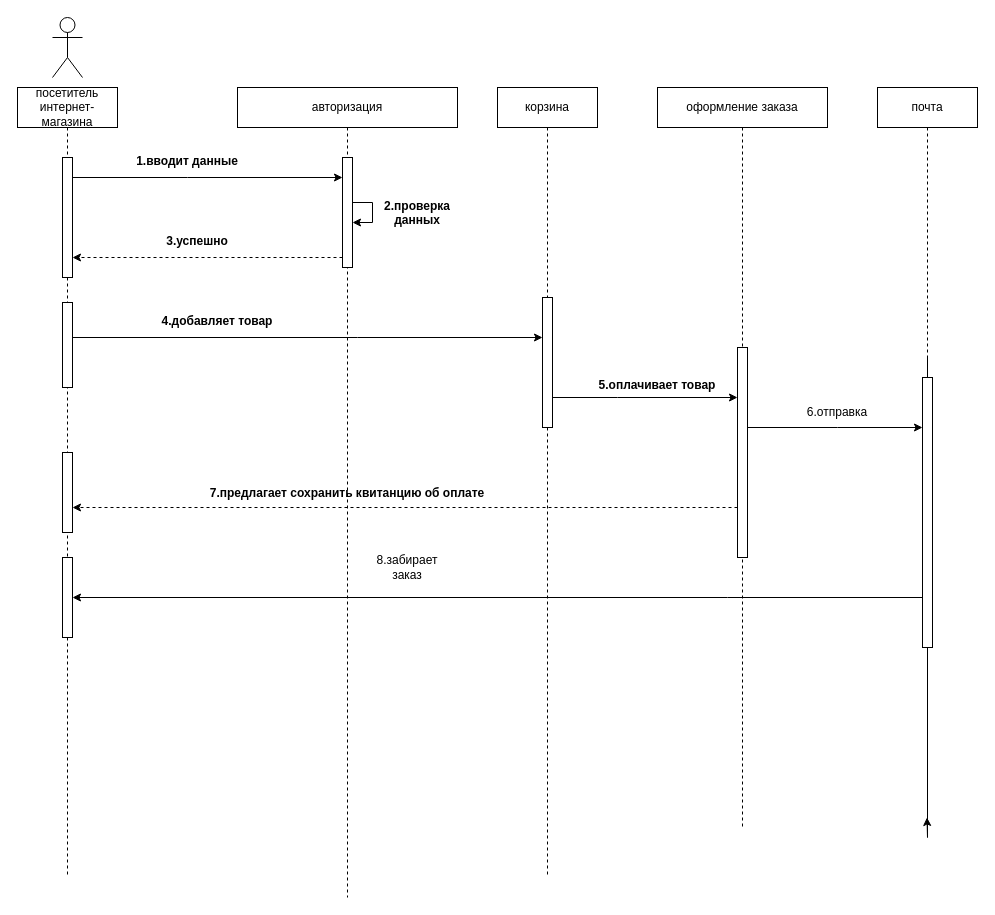
The draw.io diagram sequence_leb.drawio in ValeriaLebedeva/predmetnaya_obl_sequence_diagram, before the edit. Source tidied: cells renumbered, new cells numbered last; positions are measured from the earlier drawing's top-left corner, leaving out a move shared by most shapes. Both pictures are drawn from the tidied source at 100%, with x=0, y=0 at pixel (17, 17).
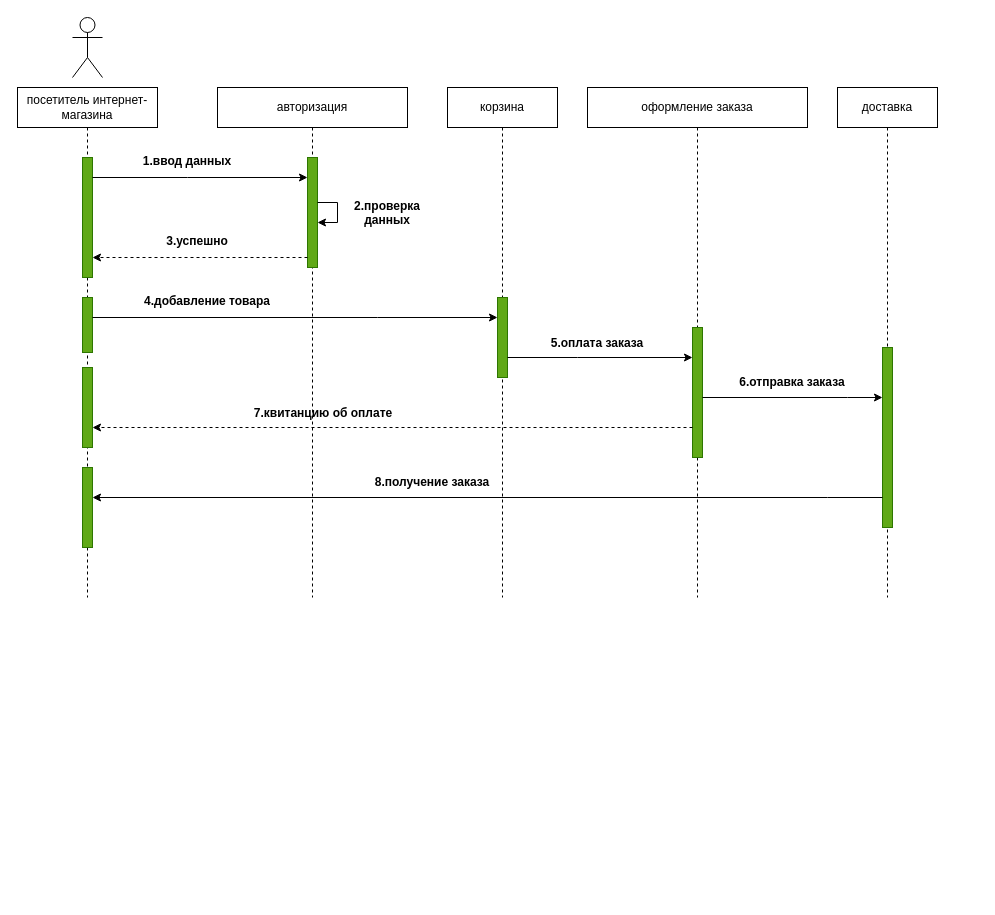
Above is the later version.

Diff of the diagram source:
```diff
@@
     <mxCell id="2" value="посетитель интернет-магазина" style="shape=umlLifeline;perimeter=lifelinePerimeter;whiteSpace=wrap;html=1;" parent="1" vertex="1">
-      <mxGeometry y="70" width="100" height="790" as="geometry" />
+      <mxGeometry y="70" width="140" height="510" as="geometry" />
     </mxCell>
-    <mxCell id="3" style="html=1;points=[];perimeter=orthogonalPerimeter;" parent="2" vertex="1">
-      <mxGeometry x="45" y="70" width="10" height="120" as="geometry" />
+    <mxCell id="3" style="html=1;points=[];perimeter=orthogonalPerimeter;fillColor=#60a917;strokeColor=#2D7600;fontColor=#ffffff;" parent="2" vertex="1">
+      <mxGeometry x="65" y="70" width="10" height="120" as="geometry" />
     </mxCell>
-    <mxCell id="4" style="html=1;points=[];perimeter=orthogonalPerimeter;" parent="2" vertex="1">
-      <mxGeometry x="45" y="365" width="10" height="80" as="geometry" />
+    <mxCell id="4" style="html=1;points=[];perimeter=orthogonalPerimeter;fillColor=#60a917;fontColor=#ffffff;strokeColor=#2D7600;" parent="2" vertex="1">
+      <mxGeometry x="65" y="280" width="10" height="80" as="geometry" />
     </mxCell>
-    <mxCell id="5" style="html=1;points=[];perimeter=orthogonalPerimeter;" parent="2" vertex="1">
-      <mxGeometry x="45" y="470" width="10" height="80" as="geometry" />
+    <mxCell id="5" style="html=1;points=[];perimeter=orthogonalPerimeter;fillColor=#60a917;fontColor=#ffffff;strokeColor=#2D7600;" parent="2" vertex="1">
+      <mxGeometry x="65" y="380" width="10" height="80" as="geometry" />
     </mxCell>
+    <mxCell id="24" style="html=1;points=[];perimeter=orthogonalPerimeter;fillColor=#60a917;fontColor=#ffffff;strokeColor=#2D7600;" parent="2" vertex="1">
+      <mxGeometry x="65" y="210" width="10" height="55" as="geometry" />
+    </mxCell>
     <mxCell id="6" style="shape=umlActor;verticalLabelPosition=bottom;verticalAlign=top;html=1;" parent="1" vertex="1">
-      <mxGeometry x="35" width="30" height="60" as="geometry" />
+      <mxGeometry x="55" width="30" height="60" as="geometry" />
     </mxCell>
     <mxCell id="7" value="авторизация" style="shape=umlLifeline;perimeter=lifelinePerimeter;whiteSpace=wrap;html=1;" parent="1" vertex="1">
-      <mxGeometry x="220" y="70" width="220" height="810" as="geometry" />
+      <mxGeometry x="200" y="70" width="190" height="510" as="geometry" />
     </mxCell>
-    <mxCell id="8" style="html=1;points=[];perimeter=orthogonalPerimeter;" parent="7" vertex="1">
-      <mxGeometry x="105" y="70" width="10" height="110" as="geometry" />
+    <mxCell id="8" style="html=1;points=[];perimeter=orthogonalPerimeter;fillColor=#60a917;fontColor=#ffffff;strokeColor=#2D7600;" parent="7" vertex="1">
+      <mxGeometry x="90" y="70" width="10" height="110" as="geometry" />
     </mxCell>
@@
-    <mxCell id="10" value="8.забирает заказ" style="text;html=1;strokeColor=none;fillColor=none;align=center;verticalAlign=middle;whiteSpace=wrap;rounded=0;" parent="7" vertex="1">
-      <mxGeometry x="140" y="465" width="60" height="30" as="geometry" />
-    </mxCell>
     <mxCell id="11" value="2.проверка &#10;данных" style="text;align=center;fontStyle=1;verticalAlign=middle;spacingLeft=3;spacingRight=3;strokeColor=none;" parent="7" vertex="1">
-      <mxGeometry x="140" y="112" width="80" height="26" as="geometry" />
+      <mxGeometry x="130" y="112" width="80" height="26" as="geometry" />
     </mxCell>
-    <mxCell id="12" value="7.предлагает сохранить квитанцию об оплате" style="text;align=center;fontStyle=1;verticalAlign=middle;spacingLeft=3;spacingRight=3;strokeColor=none;" parent="7" vertex="1">
-      <mxGeometry x="70" y="390" width="80" height="30" as="geometry" />
+    <mxCell id="12" value="7.квитанцию об оплате" style="text;align=center;fontStyle=1;verticalAlign=middle;spacingLeft=3;spacingRight=3;strokeColor=none;" parent="7" vertex="1">
+      <mxGeometry x="69" y="310" width="74" height="30" as="geometry" />
     </mxCell>
+    <mxCell id="17" value="4.добавление товара" style="text;align=center;fontStyle=1;verticalAlign=middle;spacingLeft=3;spacingRight=3;strokeColor=none;" parent="7" vertex="1">
+      <mxGeometry x="-50" y="200" width="80" height="26" as="geometry" />
+    </mxCell>
@@
     <mxCell id="14" value="корзина" style="shape=umlLifeline;perimeter=lifelinePerimeter;whiteSpace=wrap;html=1;" parent="1" vertex="1">
-      <mxGeometry x="480" y="70" width="100" height="790" as="geometry" />
+      <mxGeometry x="430" y="70" width="110" height="510" as="geometry" />
     </mxCell>
-    <mxCell id="15" style="html=1;points=[];perimeter=orthogonalPerimeter;" parent="14" vertex="1">
-      <mxGeometry x="45" y="210" width="10" height="130" as="geometry" />
+    <mxCell id="15" style="html=1;points=[];perimeter=orthogonalPerimeter;fillColor=#60a917;fontColor=#ffffff;strokeColor=#2D7600;" parent="14" vertex="1">
+      <mxGeometry x="50" y="210" width="10" height="80" as="geometry" />
     </mxCell>
     <mxCell id="16" style="edgeStyle=orthogonalEdgeStyle;rounded=0;jettySize=auto;html=1;startArrow=none;" parent="1" edge="1" source="24" target="15">
       <mxGeometry relative="1" as="geometry">
         <Array as="points">
-          <mxPoint x="340" y="320" />
-          <mxPoint x="340" y="320" />
+          <mxPoint x="360" y="300" />
+          <mxPoint x="360" y="300" />
         </Array>
       </mxGeometry>
     </mxCell>
-    <mxCell id="17" value="4.добавляет товар" style="text;align=center;fontStyle=1;verticalAlign=middle;spacingLeft=3;spacingRight=3;strokeColor=none;" parent="1" vertex="1">
-      <mxGeometry x="160" y="290" width="80" height="26" as="geometry" />
-    </mxCell>
     <mxCell id="18" value="оформление заказа" style="shape=umlLifeline;perimeter=lifelinePerimeter;whiteSpace=wrap;html=1;" parent="1" vertex="1">
-      <mxGeometry x="640" y="70" width="170" height="740" as="geometry" />
+      <mxGeometry x="570" y="70" width="220" height="510" as="geometry" />
     </mxCell>
-    <mxCell id="19" style="html=1;points=[];perimeter=orthogonalPerimeter;" parent="18" vertex="1">
-      <mxGeometry x="80" y="260" width="10" height="210" as="geometry" />
+    <mxCell id="19" style="html=1;points=[];perimeter=orthogonalPerimeter;fillColor=#60a917;fontColor=#ffffff;strokeColor=#2D7600;" parent="18" vertex="1">
+      <mxGeometry x="105" y="240" width="10" height="130" as="geometry" />
     </mxCell>
-    <mxCell id="20" value="5.оплачивает товар" style="text;align=center;fontStyle=1;verticalAlign=middle;spacingLeft=3;spacingRight=3;strokeColor=none;" parent="18" vertex="1">
-      <mxGeometry x="-40" y="284" width="80" height="26" as="geometry" />
-    </mxCell>
+    <mxCell id="32" value="6.отправка заказа" style="text;html=1;strokeColor=none;fillColor=none;align=center;verticalAlign=middle;whiteSpace=wrap;rounded=0;fontStyle=1;" parent="18" vertex="1">
+      <mxGeometry x="140" y="280" width="130" height="30" as="geometry" />
+    </mxCell>
     <mxCell id="21" style="edgeStyle=orthogonalEdgeStyle;rounded=0;jettySize=auto;html=1;" parent="1" edge="1" source="15" target="19">
       <mxGeometry relative="1" as="geometry">
         <Array as="points">
-          <mxPoint x="600" y="380" />
-          <mxPoint x="600" y="380" />
+          <mxPoint x="560" y="340" />
+          <mxPoint x="560" y="340" />
         </Array>
       </mxGeometry>
     </mxCell>
@@
-    <mxCell id="24" style="html=1;points=[];perimeter=orthogonalPerimeter;" parent="1" vertex="1">
-      <mxGeometry x="45" y="285" width="10" height="85" as="geometry" />
-    </mxCell>
     <mxCell id="25" style="edgeStyle=orthogonalEdgeStyle;rounded=0;jettySize=auto;html=1;dashed=1;" parent="1" edge="1" source="19" target="4">
-      <mxGeometry relative="1" as="geometry">
+      <mxGeometry x="-0.01" y="-30" relative="1" as="geometry">
         <Array as="points">
-          <mxPoint x="210" y="490" />
-          <mxPoint x="210" y="490" />
+          <mxPoint x="600" y="410" />
+          <mxPoint x="600" y="410" />
         </Array>
       </mxGeometry>
     </mxCell>
-    <mxCell id="26" value="почта" style="shape=umlLifeline;perimeter=lifelinePerimeter;whiteSpace=wrap;html=1;outlineConnect=0;" parent="1" vertex="1">
-      <mxGeometry x="860" y="70" width="100" height="730" as="geometry" />
+    <mxCell id="26" value="доставка" style="shape=umlLifeline;perimeter=lifelinePerimeter;whiteSpace=wrap;html=1;outlineConnect=0;" parent="1" vertex="1">
+      <mxGeometry x="820" y="70" width="100" height="510" as="geometry" />
     </mxCell>
-    <mxCell id="27" style="edgeStyle=orthogonalEdgeStyle;rounded=0;jettySize=auto;html=1;" parent="26" edge="1" source="28" target="26">
-      <mxGeometry relative="1" as="geometry" />
-    </mxCell>
-    <mxCell id="28" style="html=1;points=[];perimeter=orthogonalPerimeter;" parent="26" vertex="1">
-      <mxGeometry x="45" y="290" width="10" height="270" as="geometry" />
+    <mxCell id="28" style="html=1;points=[];perimeter=orthogonalPerimeter;fillColor=#60a917;fontColor=#ffffff;strokeColor=#2D7600;" parent="26" vertex="1">
+      <mxGeometry x="45" y="260" width="10" height="180" as="geometry" />
     </mxCell>
     <mxCell id="29" style="edgeStyle=orthogonalEdgeStyle;rounded=0;jettySize=auto;html=1;" parent="1" edge="1" source="19" target="28">
       <mxGeometry relative="1" as="geometry">
         <Array as="points">
-          <mxPoint x="820" y="410" />
-          <mxPoint x="820" y="410" />
+          <mxPoint x="830" y="380" />
+          <mxPoint x="830" y="380" />
         </Array>
       </mxGeometry>
     </mxCell>
-    <mxCell id="30" value="1.вводит данные" style="text;align=center;fontStyle=1;verticalAlign=middle;spacingLeft=3;spacingRight=3;strokeColor=none;" parent="1" vertex="1">
+    <mxCell id="30" value="1.ввод данных" style="text;align=center;fontStyle=1;verticalAlign=middle;spacingLeft=3;spacingRight=3;strokeColor=none;" parent="1" vertex="1">
       <mxGeometry x="130" y="130" width="80" height="26" as="geometry" />
     </mxCell>
     <mxCell id="31" style="edgeStyle=orthogonalEdgeStyle;rounded=0;jettySize=auto;html=1;startArrow=classic;startFill=1;endArrow=none;endFill=0;" parent="1" edge="1" source="5" target="28">
       <mxGeometry relative="1" as="geometry">
         <Array as="points">
-          <mxPoint x="710" y="580" />
-          <mxPoint x="710" y="580" />
+          <mxPoint x="810" y="480" />
+          <mxPoint x="810" y="480" />
         </Array>
       </mxGeometry>
     </mxCell>
-    <mxCell id="32" value="6.отправка" style="text;html=1;strokeColor=none;fillColor=none;align=center;verticalAlign=middle;whiteSpace=wrap;rounded=0;" parent="1" vertex="1">
-      <mxGeometry x="790" y="380" width="60" height="30" as="geometry" />
-    </mxCell>
+    <mxCell id="10" value="8.получение заказа" style="text;html=1;strokeColor=none;fillColor=none;align=center;verticalAlign=middle;whiteSpace=wrap;rounded=0;fontStyle=1;" parent="1" vertex="1">
+      <mxGeometry x="350" y="450" width="130" height="30" as="geometry" />
+    </mxCell>
+    <mxCell id="20" value="5.оплата заказа" style="text;align=center;fontStyle=1;verticalAlign=middle;spacingLeft=3;spacingRight=3;strokeColor=none;" parent="1" vertex="1">
+      <mxGeometry x="540" y="312" width="80" height="26" as="geometry" />
+    </mxCell>
```
